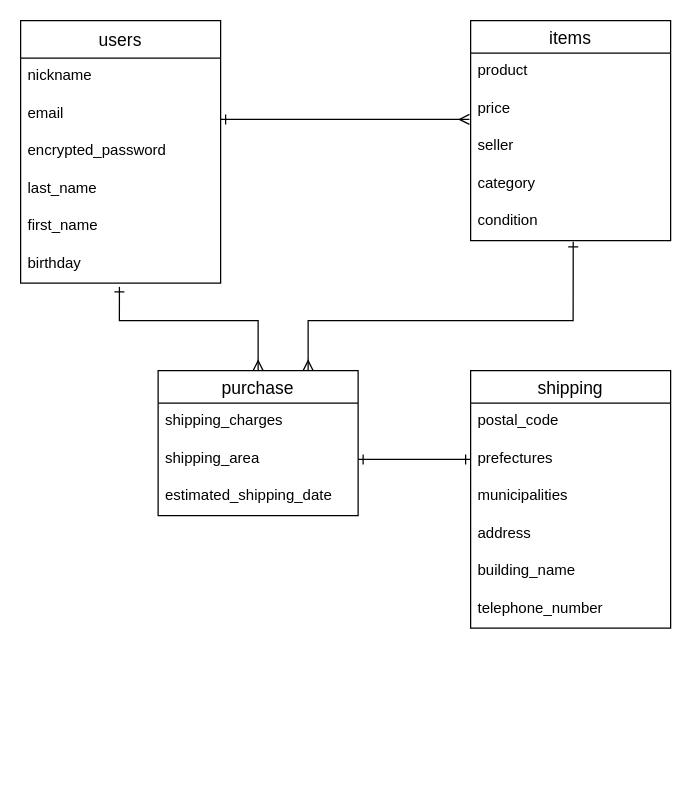
teramitomoki/furima-36881 keeps this draw.io diagram as ER図.dio. Above is the earlier version. Source tidied: cells renumbered, new cells numbered last; positions are measured from the earlier drawing's top-left corner, leaving out a move shared by most shapes. Both pictures are drawn from the tidied source at 125%, with x=0, y=0 at pixel (20, 20).
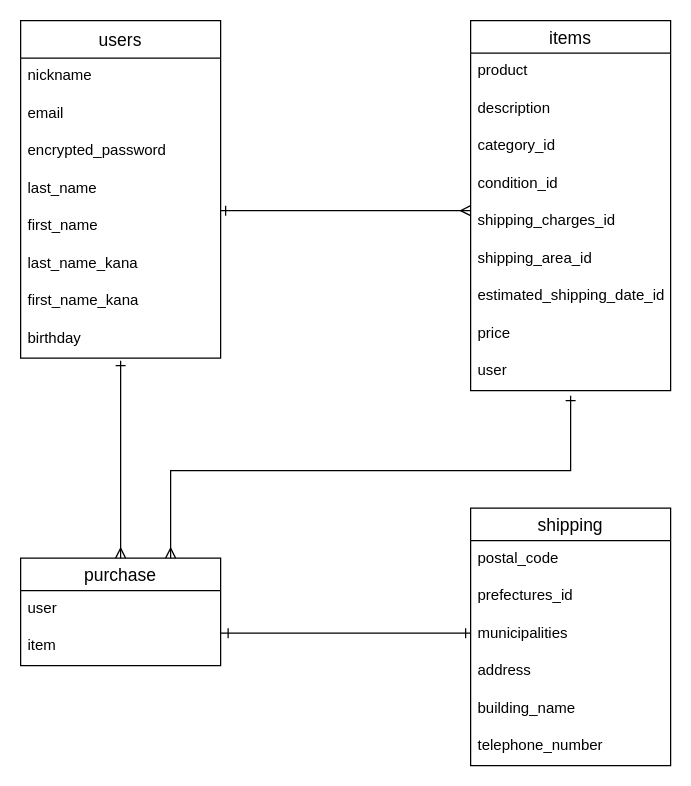
The same diagram, later.

Commit message (it also covers changes not shown here):
ER図,README修正

Change to the diagram source:
```diff
@@
     <mxCell id="2" value="users" style="swimlane;fontStyle=0;horizontal=1;startSize=30;align=center;fontSize=14;" parent="1" vertex="1">
-      <mxGeometry width="160" height="210" as="geometry" />
+      <mxGeometry width="160" height="270" as="geometry" />
     </mxCell>
@@
-    <mxCell id="8" value="birthday" style="text;strokeColor=none;fillColor=none;spacingLeft=4;spacingRight=4;overflow=hidden;points=[[0,0.5],[1,0.5]];portConstraint=eastwest;fontSize=12;" parent="2" vertex="1">
+    <mxCell id="8" value="last_name_kana" style="text;strokeColor=none;fillColor=none;spacingLeft=4;spacingRight=4;overflow=hidden;points=[[0,0.5],[1,0.5]];portConstraint=eastwest;fontSize=12;" parent="2" vertex="1">
       <mxGeometry y="180" width="160" height="30" as="geometry" />
     </mxCell>
+    <mxCell id="30" value="first_name_kana" style="text;strokeColor=none;fillColor=none;spacingLeft=4;spacingRight=4;overflow=hidden;fontSize=12;" parent="2" vertex="1">
+      <mxGeometry y="210" width="160" height="30" as="geometry" />
+    </mxCell>
+    <mxCell id="31" value="birthday" style="text;strokeColor=none;fillColor=none;spacingLeft=4;spacingRight=4;overflow=hidden;fontSize=12;" parent="2" vertex="1">
+      <mxGeometry y="240" width="160" height="30" as="geometry" />
+    </mxCell>
     <mxCell id="9" value="items" style="swimlane;fontStyle=0;horizontal=1;startSize=26;align=center;fontSize=14;" parent="1" vertex="1">
-      <mxGeometry x="360" width="160" height="176" as="geometry" />
+      <mxGeometry x="360" width="160" height="296" as="geometry" />
     </mxCell>
@@
-    <mxCell id="11" value="price" style="text;strokeColor=none;fillColor=none;spacingLeft=4;spacingRight=4;overflow=hidden;points=[[0,0.5],[1,0.5]];portConstraint=eastwest;fontSize=12;" parent="9" vertex="1">
+    <mxCell id="11" value="description" style="text;strokeColor=none;fillColor=none;spacingLeft=4;spacingRight=4;overflow=hidden;points=[[0,0.5],[1,0.5]];portConstraint=eastwest;fontSize=12;" parent="9" vertex="1">
       <mxGeometry y="56" width="160" height="30" as="geometry" />
     </mxCell>
-    <mxCell id="12" value="seller" style="text;strokeColor=none;fillColor=none;spacingLeft=4;spacingRight=4;overflow=hidden;fontSize=12;" parent="9" vertex="1">
+    <mxCell id="12" value="category_id" style="text;strokeColor=none;fillColor=none;spacingLeft=4;spacingRight=4;overflow=hidden;fontSize=12;" parent="9" vertex="1">
       <mxGeometry y="86" width="160" height="30" as="geometry" />
     </mxCell>
-    <mxCell id="13" value="category" style="text;strokeColor=none;fillColor=none;spacingLeft=4;spacingRight=4;overflow=hidden;fontSize=12;" parent="9" vertex="1">
+    <mxCell id="13" value="condition_id" style="text;strokeColor=none;fillColor=none;spacingLeft=4;spacingRight=4;overflow=hidden;fontSize=12;" parent="9" vertex="1">
       <mxGeometry y="116" width="160" height="30" as="geometry" />
     </mxCell>
-    <mxCell id="14" value="condition" style="text;strokeColor=none;fillColor=none;spacingLeft=4;spacingRight=4;overflow=hidden;points=[[0,0.5],[1,0.5]];portConstraint=eastwest;fontSize=12;" parent="9" vertex="1">
-      <mxGeometry y="146" width="160" height="30" as="geometry" />
-    </mxCell>
+    <mxCell id="32" value="shipping_charges_id" style="text;strokeColor=none;fillColor=none;spacingLeft=4;spacingRight=4;overflow=hidden;fontSize=12;" parent="9" vertex="1">
+      <mxGeometry y="146" width="160" height="30" as="geometry" />
+    </mxCell>
+    <mxCell id="33" value="shipping_area_id" style="text;strokeColor=none;fillColor=none;spacingLeft=4;spacingRight=4;overflow=hidden;fontSize=12;" parent="9" vertex="1">
+      <mxGeometry y="176" width="160" height="30" as="geometry" />
+    </mxCell>
+    <mxCell id="34" value="estimated_shipping_date_id" style="text;strokeColor=none;fillColor=none;spacingLeft=4;spacingRight=4;overflow=hidden;fontSize=12;" parent="9" vertex="1">
+      <mxGeometry y="206" width="160" height="30" as="geometry" />
+    </mxCell>
+    <mxCell id="35" value="price" style="text;strokeColor=none;fillColor=none;spacingLeft=4;spacingRight=4;overflow=hidden;fontSize=12;" parent="9" vertex="1">
+      <mxGeometry y="236" width="160" height="30" as="geometry" />
+    </mxCell>
+    <mxCell id="36" value="user" style="text;strokeColor=none;fillColor=none;spacingLeft=4;spacingRight=4;overflow=hidden;fontSize=12;" parent="9" vertex="1">
+      <mxGeometry y="266" width="160" height="30" as="geometry" />
+    </mxCell>
     <mxCell id="15" value="purchase" style="swimlane;fontStyle=0;horizontal=1;startSize=26;align=center;fontSize=14;" parent="1" vertex="1">
-      <mxGeometry x="110" y="280" width="160" height="116" as="geometry" />
+      <mxGeometry y="430" width="160" height="86" as="geometry" />
     </mxCell>
-    <mxCell id="16" value="shipping_charges" style="text;strokeColor=none;fillColor=none;spacingLeft=4;spacingRight=4;overflow=hidden;fontSize=12;" parent="15" vertex="1">
+    <mxCell id="16" value="user" style="text;strokeColor=none;fillColor=none;spacingLeft=4;spacingRight=4;overflow=hidden;fontSize=12;" parent="15" vertex="1">
       <mxGeometry y="26" width="160" height="30" as="geometry" />
     </mxCell>
-    <mxCell id="17" value="shipping_area" style="text;strokeColor=none;fillColor=none;spacingLeft=4;spacingRight=4;overflow=hidden;points=[[0,0.5],[1,0.5]];portConstraint=eastwest;fontSize=12;" parent="15" vertex="1">
+    <mxCell id="17" value="item" style="text;strokeColor=none;fillColor=none;spacingLeft=4;spacingRight=4;overflow=hidden;points=[[0,0.5],[1,0.5]];portConstraint=eastwest;fontSize=12;" parent="15" vertex="1">
       <mxGeometry y="56" width="160" height="30" as="geometry" />
     </mxCell>
-    <mxCell id="18" value="estimated_shipping_date" style="text;strokeColor=none;fillColor=none;spacingLeft=4;spacingRight=4;overflow=hidden;fontSize=12;" parent="15" vertex="1">
-      <mxGeometry y="86" width="160" height="30" as="geometry" />
-    </mxCell>
     <mxCell id="19" value="shipping" style="swimlane;fontStyle=0;horizontal=1;startSize=26;align=center;fontSize=14;" parent="1" vertex="1">
-      <mxGeometry x="360" y="280" width="160" height="206" as="geometry" />
+      <mxGeometry x="360" y="390" width="160" height="206" as="geometry" />
     </mxCell>
@@
-    <mxCell id="21" value="prefectures" style="text;strokeColor=none;fillColor=none;spacingLeft=4;spacingRight=4;overflow=hidden;points=[[0,0.5],[1,0.5]];portConstraint=eastwest;fontSize=12;" parent="19" vertex="1">
+    <mxCell id="21" value="prefectures_id" style="text;strokeColor=none;fillColor=none;spacingLeft=4;spacingRight=4;overflow=hidden;points=[[0,0.5],[1,0.5]];portConstraint=eastwest;fontSize=12;" parent="19" vertex="1">
       <mxGeometry y="56" width="160" height="30" as="geometry" />
     </mxCell>
@@
-    <mxCell id="26" style="endArrow=ERmany;html=1;rounded=0;entryX=-0.006;entryY=0.767;entryDx=0;entryDy=0;entryPerimeter=0;endFill=0;targetPerimeterSpacing=0;endSize=6;strokeWidth=1;startArrow=ERone;startFill=0;" parent="1" edge="1" target="11">
+    <mxCell id="26" style="endArrow=ERmany;html=1;rounded=0;endFill=0;targetPerimeterSpacing=0;strokeWidth=1;startArrow=ERone;startFill=0;" parent="1" edge="1">
       <mxGeometry relative="1" as="geometry">
-        <mxPoint x="160" y="79" as="sourcePoint" />
+        <mxPoint x="160" y="152" as="sourcePoint" />
+        <mxPoint x="360" y="152" as="targetPoint" />
+        <Array as="points">
+          <mxPoint x="260" y="152" />
+        </Array>
       </mxGeometry>
     </mxCell>
-    <mxCell id="27" style="edgeStyle=orthogonalEdgeStyle;rounded=0;jettySize=auto;html=1;exitX=1;exitY=0.5;exitDx=0;exitDy=0;entryX=0;entryY=0.5;entryDx=0;entryDy=0;startArrow=ERone;startFill=0;endArrow=ERone;endFill=0;endSize=6;targetPerimeterSpacing=0;strokeWidth=1;" parent="1" edge="1" source="17" target="21">
-      <mxGeometry relative="1" as="geometry" />
+    <mxCell id="27" style="edgeStyle=orthogonalEdgeStyle;rounded=0;orthogonalLoop=1;jettySize=auto;html=1;startArrow=ERone;startFill=0;endArrow=ERone;endFill=0;endSize=6;targetPerimeterSpacing=0;strokeWidth=1;" parent="1" edge="1">
+      <mxGeometry relative="1" as="geometry">
+        <mxPoint x="170" y="490" as="sourcePoint" />
+        <mxPoint x="360" y="490" as="targetPoint" />
+        <Array as="points">
+          <mxPoint x="160" y="490" />
+          <mxPoint x="370" y="490" />
+        </Array>
+      </mxGeometry>
     </mxCell>
-    <mxCell id="28" style="endArrow=ERmany;html=1;rounded=0;endSize=6;targetPerimeterSpacing=0;strokeWidth=1;exitX=0.494;exitY=1.1;exitDx=0;exitDy=0;exitPerimeter=0;entryX=0.5;entryY=0;entryDx=0;entryDy=0;startArrow=ERone;startFill=0;endFill=0;" parent="1" edge="1" source="8" target="15">
+    <mxCell id="28" style="endArrow=ERmany;html=1;rounded=0;endSize=6;targetPerimeterSpacing=0;strokeWidth=1;entryX=0.5;entryY=0;entryDx=0;entryDy=0;startArrow=ERone;startFill=0;endFill=0;" parent="1" edge="1" target="15">
       <mxGeometry relative="1" as="geometry">
+        <mxPoint x="80" y="272" as="sourcePoint" />
         <Array as="points">
-          <mxPoint x="79" y="240" />
-          <mxPoint x="190" y="240" />
+          <mxPoint x="80" y="330" />
         </Array>
       </mxGeometry>
     </mxCell>
-    <mxCell id="29" style="endArrow=ERone;html=1;rounded=0;endSize=6;targetPerimeterSpacing=0;strokeWidth=1;entryX=0.513;entryY=1.033;entryDx=0;entryDy=0;entryPerimeter=0;exitX=0.75;exitY=0;exitDx=0;exitDy=0;startArrow=ERmany;startFill=0;endFill=0;" parent="1" edge="1" source="15" target="14">
+    <mxCell id="29" style="endArrow=ERone;html=1;rounded=0;endSize=6;targetPerimeterSpacing=0;strokeWidth=1;exitX=0.75;exitY=0;exitDx=0;exitDy=0;startArrow=ERmany;startFill=0;endFill=0;" parent="1" edge="1" source="15">
       <mxGeometry relative="1" as="geometry">
+        <mxPoint x="440" y="300" as="targetPoint" />
         <Array as="points">
-          <mxPoint x="230" y="240" />
-          <mxPoint x="442" y="240" />
+          <mxPoint x="120" y="360" />
+          <mxPoint x="280" y="360" />
+          <mxPoint x="440" y="360" />
+          <mxPoint x="440" y="320" />
         </Array>
       </mxGeometry>
     </mxCell>
```
